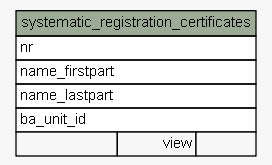
This is doc/application/diagrams/summary/systematic_registration_certificates.1degree.png from SOLA-SR-FAO/database, a Graphviz export, as it was before one commit. Its source is kept beside it as doc/application/diagrams/summary/systematic_registration_certificates.1degree.dot.
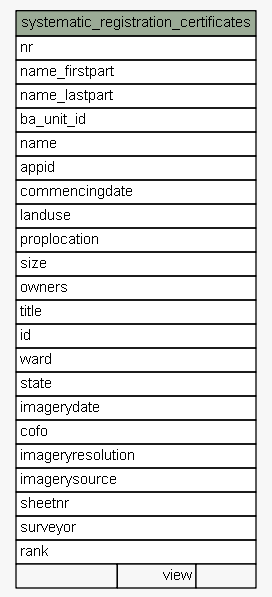
Later version of the same file.

What changed in the source:
```diff
@@ -23,6 +23,24 @@
       <TR><TD PORT="name_firstpart" COLSPAN="3" ALIGN="LEFT">name_firstpart</TD></TR>
       <TR><TD PORT="name_lastpart" COLSPAN="3" ALIGN="LEFT">name_lastpart</TD></TR>
       <TR><TD PORT="ba_unit_id" COLSPAN="3" ALIGN="LEFT">ba_unit_id</TD></TR>
+      <TR><TD PORT="name" COLSPAN="3" ALIGN="LEFT">name</TD></TR>
+      <TR><TD PORT="appid" COLSPAN="3" ALIGN="LEFT">appid</TD></TR>
+      <TR><TD PORT="commencingdate" COLSPAN="3" ALIGN="LEFT">commencingdate</TD></TR>
+      <TR><TD PORT="landuse" COLSPAN="3" ALIGN="LEFT">landuse</TD></TR>
+      <TR><TD PORT="proplocation" COLSPAN="3" ALIGN="LEFT">proplocation</TD></TR>
+      <TR><TD PORT="size" COLSPAN="3" ALIGN="LEFT">size</TD></TR>
+      <TR><TD PORT="owners" COLSPAN="3" ALIGN="LEFT">owners</TD></TR>
+      <TR><TD PORT="title" COLSPAN="3" ALIGN="LEFT">title</TD></TR>
+      <TR><TD PORT="id" COLSPAN="3" ALIGN="LEFT">id</TD></TR>
+      <TR><TD PORT="ward" COLSPAN="3" ALIGN="LEFT">ward</TD></TR>
+      <TR><TD PORT="state" COLSPAN="3" ALIGN="LEFT">state</TD></TR>
+      <TR><TD PORT="imagerydate" COLSPAN="3" ALIGN="LEFT">imagerydate</TD></TR>
+      <TR><TD PORT="cofo" COLSPAN="3" ALIGN="LEFT">cofo</TD></TR>
+      <TR><TD PORT="imageryresolution" COLSPAN="3" ALIGN="LEFT">imageryresolution</TD></TR>
+      <TR><TD PORT="imagerysource" COLSPAN="3" ALIGN="LEFT">imagerysource</TD></TR>
+      <TR><TD PORT="sheetnr" COLSPAN="3" ALIGN="LEFT">sheetnr</TD></TR>
+      <TR><TD PORT="surveyor" COLSPAN="3" ALIGN="LEFT">surveyor</TD></TR>
+      <TR><TD PORT="rank" COLSPAN="3" ALIGN="LEFT">rank</TD></TR>
       <TR><TD ALIGN="LEFT" BGCOLOR="#f7f7f7">  </TD><TD ALIGN="RIGHT" BGCOLOR="#f7f7f7">view</TD><TD ALIGN="RIGHT" BGCOLOR="#f7f7f7">  </TD></TR>
     </TABLE>>
     URL="tables/systematic_registration_certificates.html"
```
